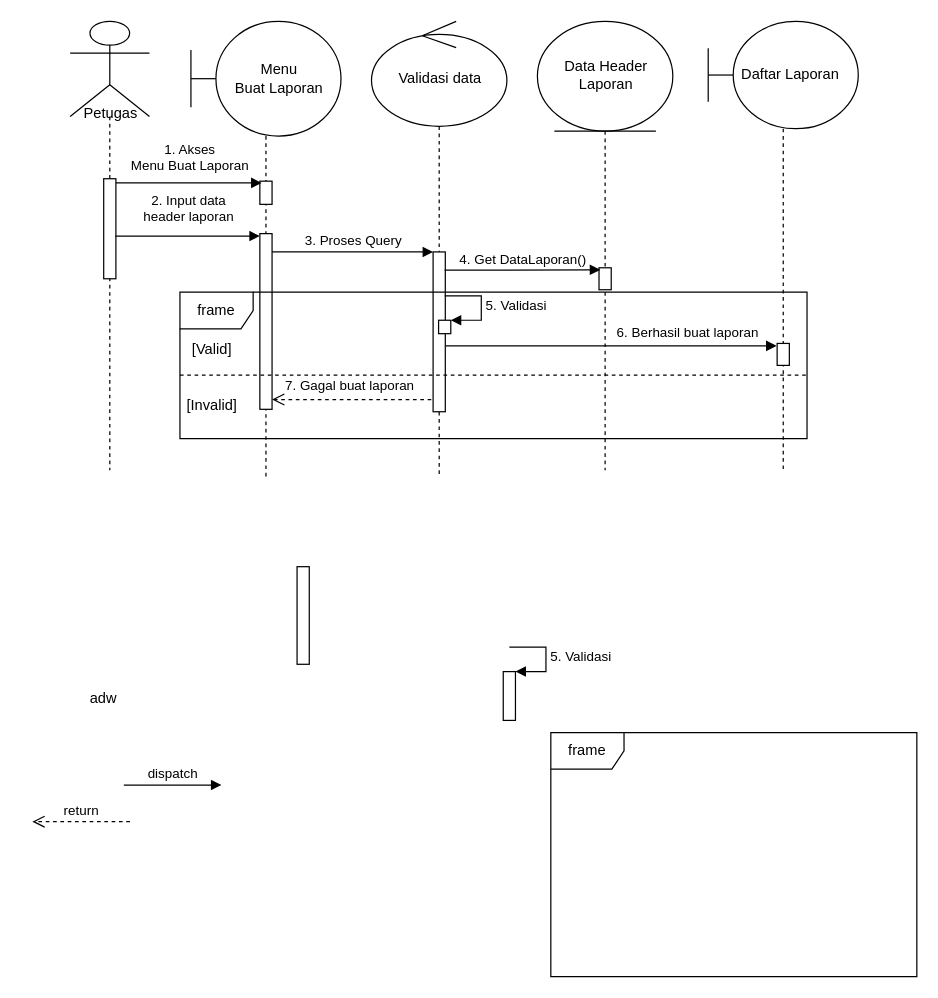
Before: page "Sequence Buat Laporan" (14 of 18) of Flowberjalan.drawio in Marinska/skripsi, a draw.io diagram. Source tidied: cells renumbered, new cells numbered last; positions are measured from the earlier drawing's top-left corner, leaving out a move shared by most shapes. Both pictures are drawn from the tidied source at 122%, with x=0, y=0 at pixel (32, 21).
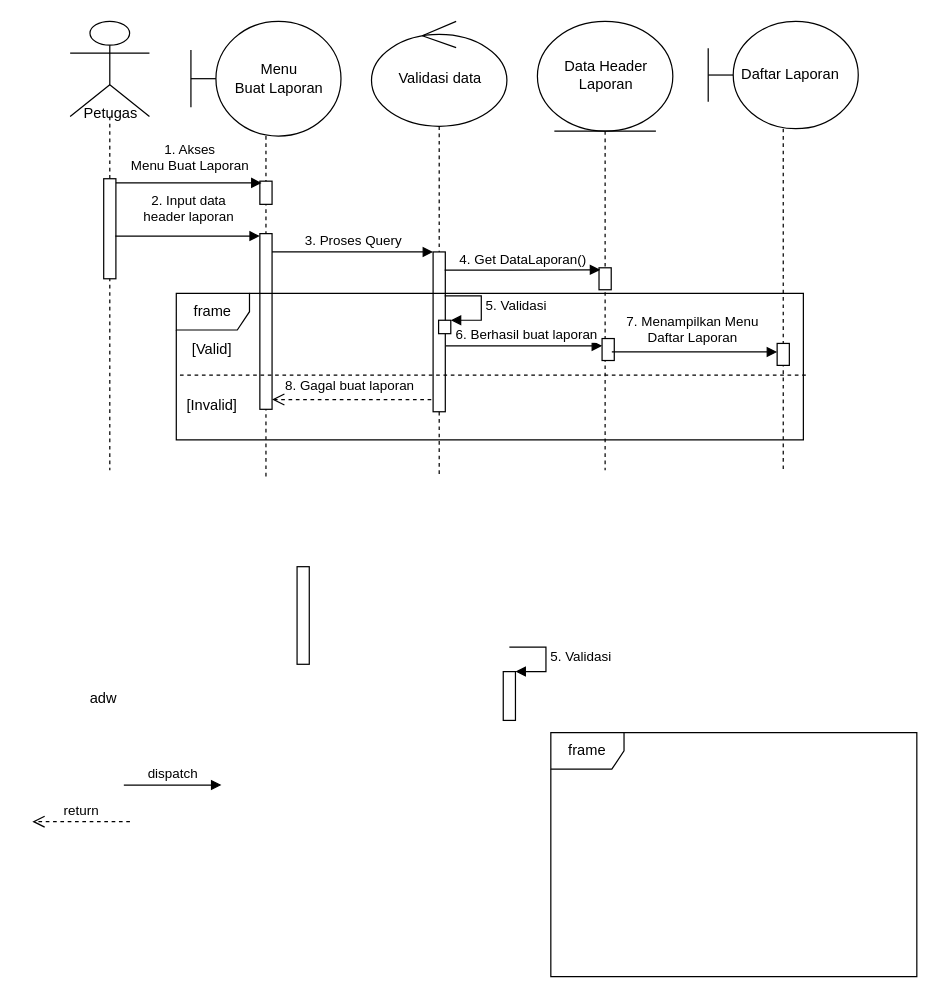
The same page after the edit.

The change refers to these unchanged cells:
```xml
<mxCell id="8" style="html=1;points=[];perimeter=orthogonalPerimeter;" parent="5" vertex="1">
  <mxGeometry x="56.5" y="174" width="10" height="144" as="geometry" />
</mxCell>
<mxCell id="15" style="html=1;points=[];perimeter=orthogonalPerimeter;" parent="13" vertex="1">
  <mxGeometry x="56.5" y="264" width="10" height="18" as="geometry" />
</mxCell>
```

What changed in the source:
```diff
@@
     <mxCell id="31" value="frame" style="shape=umlFrame;whiteSpace=wrap;html=1;" parent="1" vertex="1">
-      <mxGeometry x="121" y="222" width="514" height="120" as="geometry" />
+      <mxGeometry x="118" y="223" width="514" height="120" as="geometry" />
     </mxCell>
@@
-    <mxCell id="33" value="6. Berhasil buat laporan" style="html=1;verticalAlign=bottom;endArrow=block;rounded=0;" parent="1" edge="1">
-      <mxGeometry x="0.46" y="2" relative="1" as="geometry">
+    <mxCell id="33" value="6. Berhasil buat laporan" style="html=1;verticalAlign=bottom;endArrow=block;rounded=0;" parent="1" edge="1" target="37">
+      <mxGeometry x="0.03" relative="1" as="geometry">
         <mxPoint x="339" y="266" as="sourcePoint" />
-        <mxPoint x="610" y="266" as="targetPoint" />
       </mxGeometry>
     </mxCell>
-    <mxCell id="34" value="7. Gagal buat laporan" style="html=1;verticalAlign=bottom;endArrow=open;dashed=1;endSize=8;rounded=0;" parent="1" edge="1" target="8">
+    <mxCell id="34" value="8. Gagal buat laporan" style="html=1;verticalAlign=bottom;endArrow=open;dashed=1;endSize=8;rounded=0;" parent="1" edge="1" target="8">
       <mxGeometry x="0.03" y="-2" relative="1" as="geometry">
         <mxPoint x="327" y="310" as="sourcePoint" />
       </mxGeometry>
     </mxCell>
@@
+    <mxCell id="37" style="html=1;points=[];perimeter=orthogonalPerimeter;" parent="1" vertex="1">
+      <mxGeometry x="467" y="260" width="10" height="18" as="geometry" />
+    </mxCell>
+    <mxCell id="38" value="7. Menampilkan Menu&lt;br&gt;Daftar Laporan" style="html=1;verticalAlign=bottom;endArrow=block;rounded=0;" parent="1" edge="1" target="15">
+      <mxGeometry x="-0.03" y="3" relative="1" as="geometry">
+        <mxPoint x="475" y="271" as="sourcePoint" />
+      </mxGeometry>
+    </mxCell>
```
